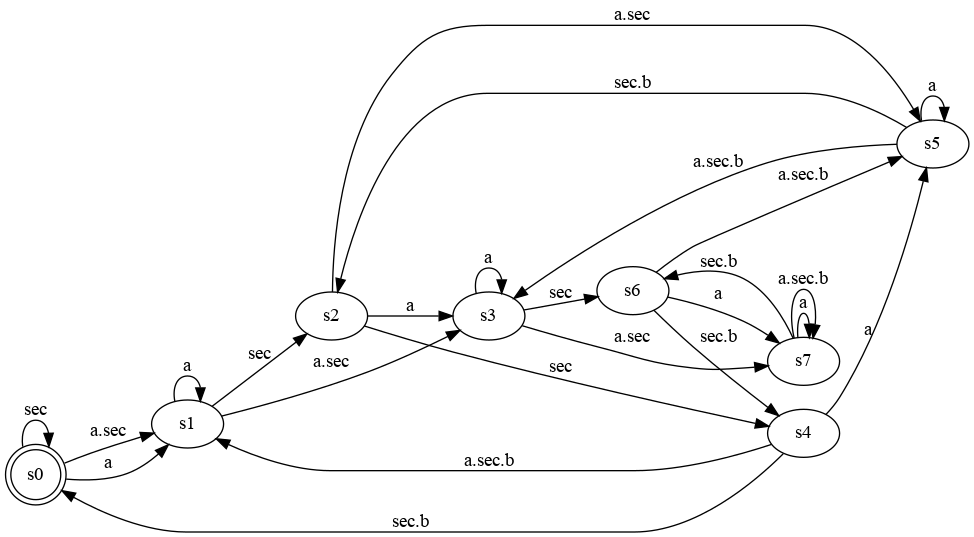
Before: Examples/CCSL_Primitives/sts/TernaryDelay2.dot.png, a diagram exported from Graphviz (frederic-mallet/ccsl-sts). Its source is kept beside it as Examples/CCSL_Primitives/sts/TernaryDelay2.dot.
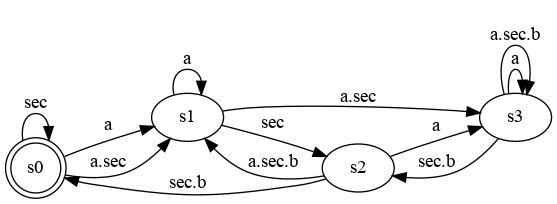
Above is the later version.

Change to the diagram source:
```diff
@@ -22,55 +22,19 @@
   s2->s3 [
     label= "a"
   ] ;
-  s2->s4 [
-    label= "sec"
+  s2->s0 [
+    label= "sec.b"
   ] ;
-  s2->s5 [
-    label= "a.sec"
+  s2->s1 [
+    label= "a.sec.b"
   ] ;
   s3->s3 [
     label= "a"
   ] ;
-  s3->s6 [
-    label= "sec"
-  ] ;
-  s3->s7 [
-    label= "a.sec"
-  ] ;
-  s4->s5 [
-    label= "a"
-  ] ;
-  s4->s0 [
+  s3->s2 [
     label= "sec.b"
   ] ;
-  s4->s1 [
-    label= "a.sec.b"
-  ] ;
-  s5->s5 [
-    label= "a"
-  ] ;
-  s5->s2 [
-    label= "sec.b"
-  ] ;
-  s5->s3 [
-    label= "a.sec.b"
-  ] ;
-  s6->s7 [
-    label= "a"
-  ] ;
-  s6->s4 [
-    label= "sec.b"
-  ] ;
-  s6->s5 [
-    label= "a.sec.b"
-  ] ;
-  s7->s7 [
-    label= "a"
-  ] ;
-  s7->s6 [
-    label= "sec.b"
-  ] ;
-  s7->s7 [
+  s3->s3 [
     label= "a.sec.b"
   ] ;
 }
```
